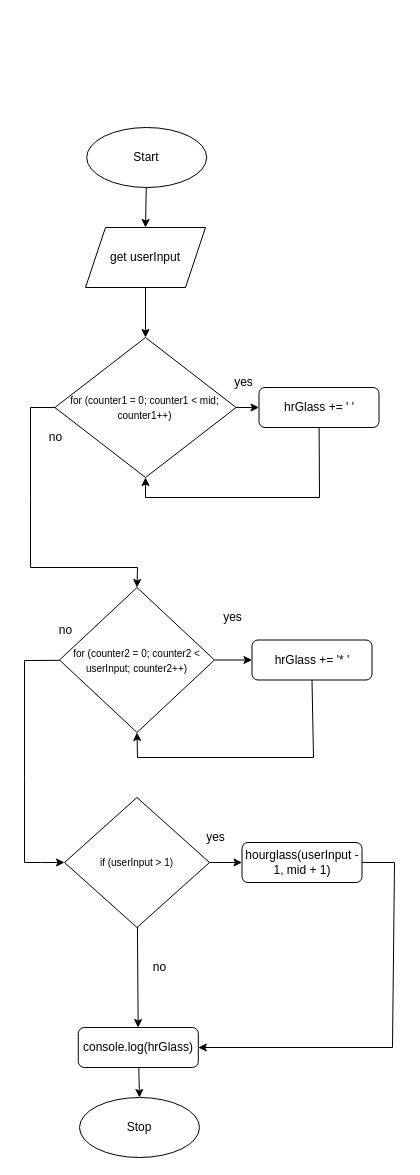
Above: Drawio/Flowchart.drawio in JacksonNaufal/ics4u-assignment-4-typescript (draw.io), before the change. Source tidied: cells renumbered, new cells numbered last; positions are measured from the earlier drawing's top-left corner, leaving out a move shared by most shapes. Both pictures are drawn from the tidied source at 100%, with x=0, y=0 at pixel (24, 127).
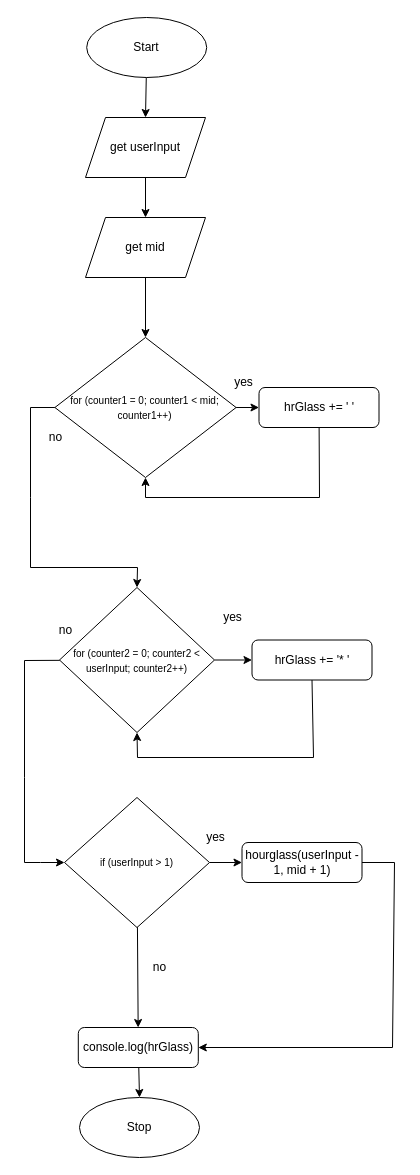
The same diagram, later.

The change refers to these unchanged cells:
```xml
<mxCell id="7" value="&lt;font style=&quot;font-size: 10px&quot;&gt;for (counter1 = 0; counter1 &amp;lt; mid; counter1++)&lt;/font&gt;" style="rhombus;whiteSpace=wrap;html=1;" parent="1" vertex="1">
  <mxGeometry x="30.4" y="210" width="181.2" height="140" as="geometry" />
</mxCell>
```

Change to the diagram source:
```diff
@@
     <mxCell id="3" value="Start" style="ellipse;whiteSpace=wrap;html=1;" parent="1" vertex="1">
-      <mxGeometry x="62.2" width="120" height="60" as="geometry" />
+      <mxGeometry x="62.2" y="-110" width="120" height="60" as="geometry" />
     </mxCell>
@@
-    <mxCell id="27" style="edgeStyle=none;html=1;entryX=0.5;entryY=0;entryDx=0;entryDy=0;" parent="1" edge="1" source="28" target="7">
-      <mxGeometry relative="1" as="geometry" />
-    </mxCell>
+    <mxCell id="30" style="edgeStyle=none;html=1;entryX=0.5;entryY=0;entryDx=0;entryDy=0;" parent="1" edge="1" source="28" target="32">
+      <mxGeometry relative="1" as="geometry" />
+    </mxCell>
     <mxCell id="28" value="get userInput" style="shape=parallelogram;perimeter=parallelogramPerimeter;whiteSpace=wrap;html=1;fixedSize=1;" parent="1" vertex="1">
-      <mxGeometry x="61" y="100" width="120" height="60" as="geometry" />
+      <mxGeometry x="61" y="-10" width="120" height="60" as="geometry" />
     </mxCell>
@@
+    <mxCell id="31" style="edgeStyle=none;html=1;entryX=0.5;entryY=0;entryDx=0;entryDy=0;" parent="1" edge="1" source="32" target="7">
+      <mxGeometry relative="1" as="geometry" />
+    </mxCell>
+    <mxCell id="32" value="get mid" style="shape=parallelogram;perimeter=parallelogramPerimeter;whiteSpace=wrap;html=1;fixedSize=1;" parent="1" vertex="1">
+      <mxGeometry x="61" y="90" width="120" height="60" as="geometry" />
+    </mxCell>
```
